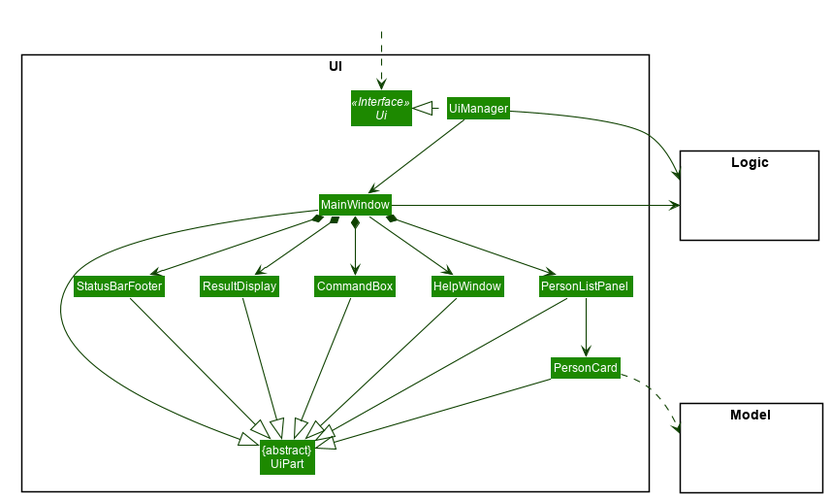
This is docs/images/UiClassDiagram.png from nus-cs2103-AY1920S1/addressbook-level3, a PlantUML export, as it was before one commit.
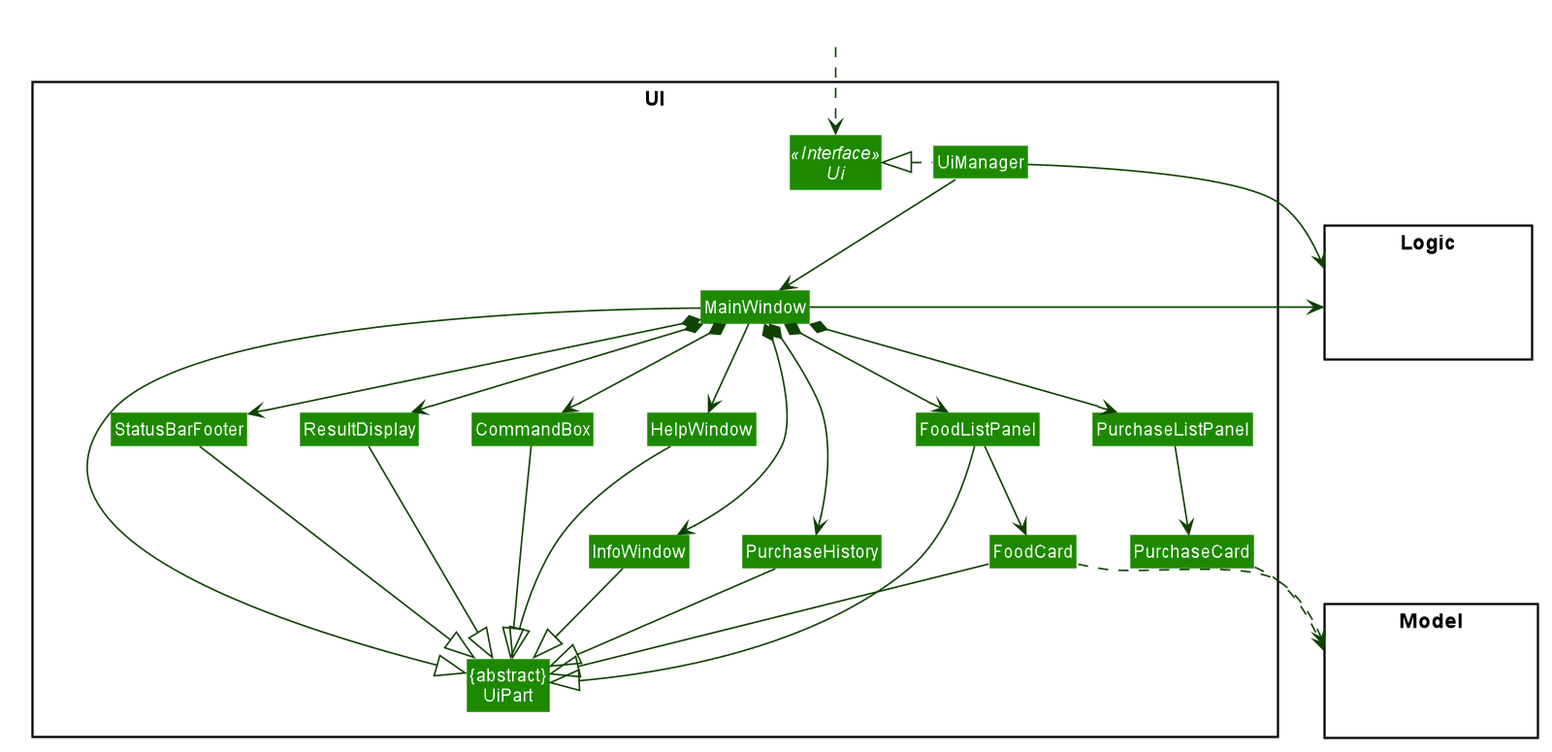
The same file after the commit.

What changed in the source:
```diff
@@ -58,10 +58,14 @@
 Class MainWindow
 Class HelpWindow
 Class ResultDisplay
-Class PersonListPanel
-Class PersonCard
+Class FoodListPanel
+Class FoodCard
+Class PurchaseListPanel
+Class PurchaseCard
 Class StatusBarFooter
 Class CommandBox
+class InfoWindow
+class PurchaseHistory
 }
 
 package Model <<Rectangle>> {
@@ -80,25 +84,31 @@
 MainWindow --> HelpWindow
 MainWindow *-down-> CommandBox
 MainWindow *-down-> ResultDisplay
-MainWindow *-down-> PersonListPanel
 MainWindow *-down-> StatusBarFooter
-
-PersonListPanel -down-> PersonCard
+MainWindow *-down-> InfoWindow
+MainWindow *-down-> PurchaseHistory
+MainWindow *-down-> FoodListPanel
+MainWindow *-down-> PurchaseListPanel
 
 MainWindow -left-|> UiPart
 
 ResultDisplay --|> UiPart
 CommandBox --|> UiPart
-PersonListPanel --|> UiPart
-PersonCard --|> UiPart
+FoodListPanel --|> UiPart
+FoodCard --|> UiPart
 StatusBarFooter --|> UiPart
+PurchaseHistory --|> UiPart
+InfoWindow --|> UiPart
 HelpWindow -down-|> UiPart
+FoodListPanel --> FoodCard
+PurchaseListPanel --> PurchaseCard
 
-PersonCard ..> Model
+FoodCard ..> Model
+PurchaseCard ..> Model
 UiManager -right-> Logic
 MainWindow -left-> Logic
 
-PersonListPanel -[hidden]left- HelpWindow
+FoodListPanel -[hidden]left- HelpWindow
 HelpWindow -[hidden]left- CommandBox
 CommandBox -[hidden]left- ResultDisplay
 ResultDisplay -[hidden]left- StatusBarFooter
```
